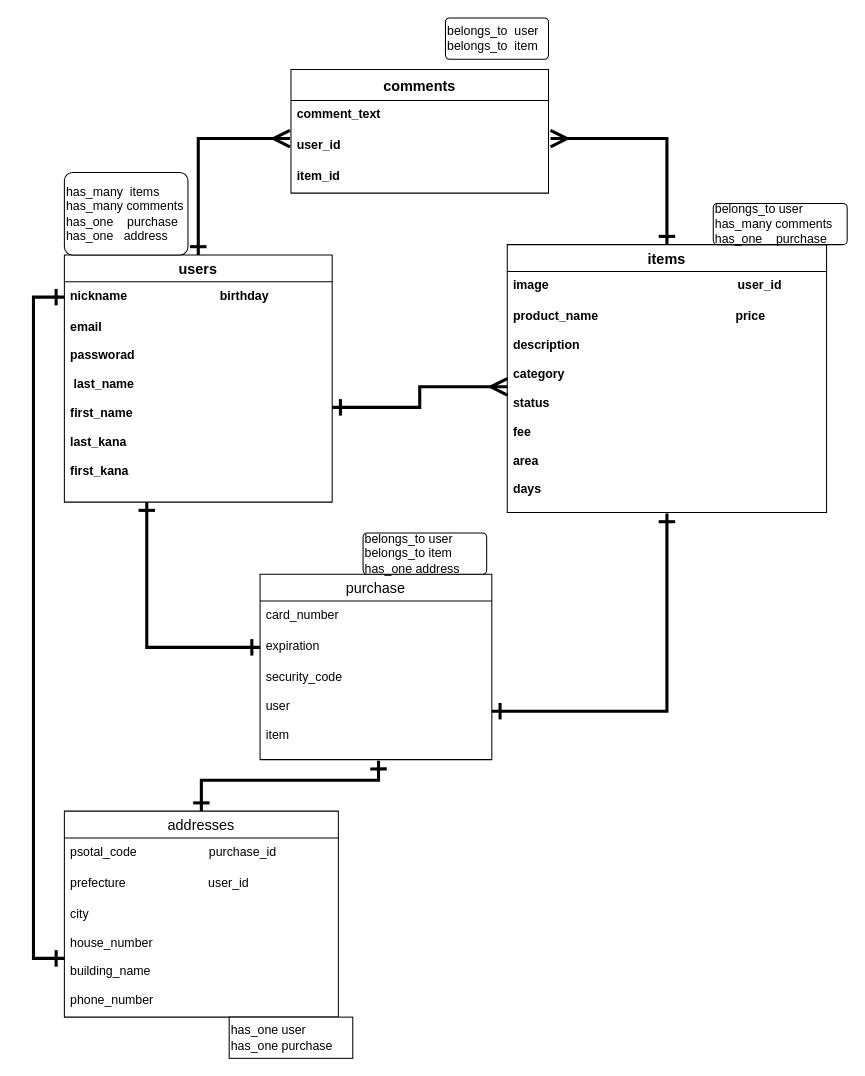
itiapotami/furima-35435 keeps this draw.io diagram as furima.dio. Above is the earlier version. Source tidied: cells renumbered, new cells numbered last; positions are measured from the earlier drawing's top-left corner, leaving out a move shared by most shapes. Both pictures are drawn from the tidied source at 103%, with x=0, y=0 at pixel (64, 18).
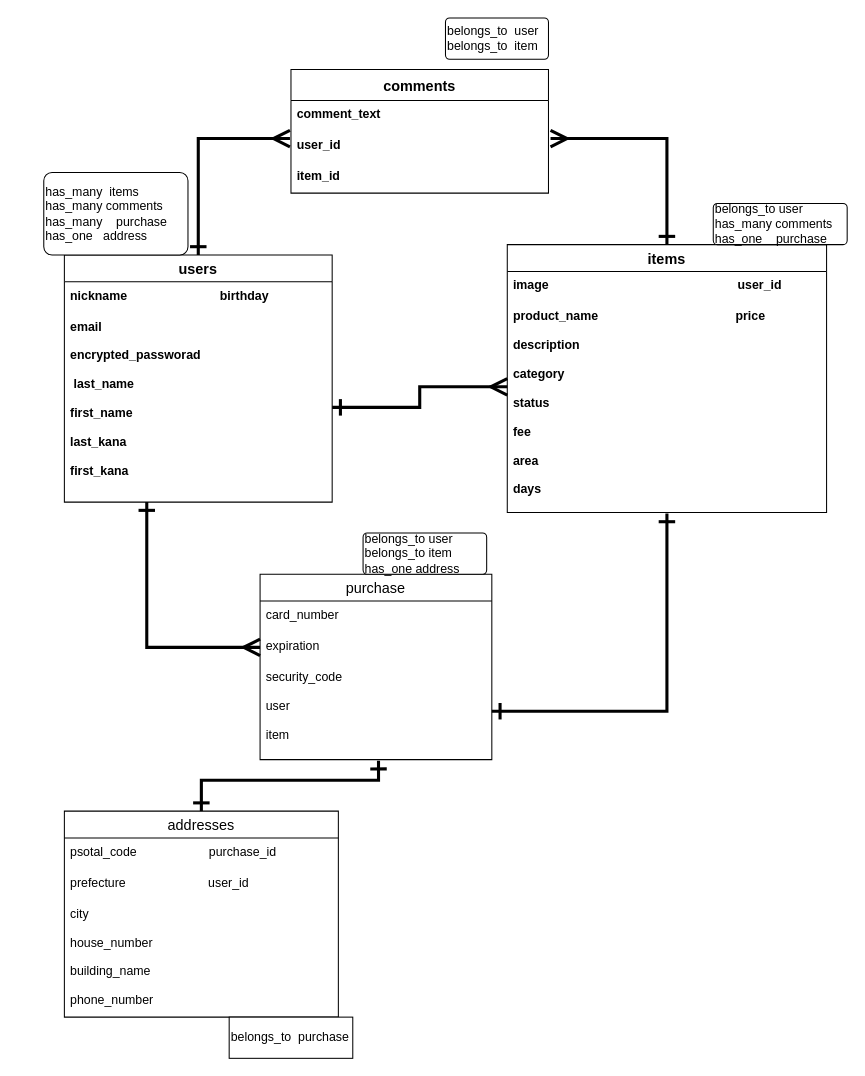
The same diagram, later.

Commit message (it also covers changes not shown here):
データベース設計　修正1

The change refers to these unchanged cells:
```xml
<mxCell id="3" value="users" style="swimlane;fontStyle=1;horizontal=1;startSize=26;align=center;fontSize=14;" parent="1" vertex="1">
  <mxGeometry y="230" width="260" height="240" as="geometry" />
</mxCell>
<mxCell id="4" value="nickname                           birthday" style="text;strokeColor=none;fillColor=none;spacingLeft=4;spacingRight=4;overflow=hidden;points=[[0,0.5],[1,0.5]];portConstraint=eastwest;fontSize=12;fontStyle=1;" parent="3" vertex="1">
  <mxGeometry y="26" width="260" height="30" as="geometry" />
</mxCell>
<mxCell id="16" value="expiration" style="text;strokeColor=none;fillColor=none;spacingLeft=4;spacingRight=4;overflow=hidden;points=[[0,0.5],[1,0.5]];portConstraint=eastwest;fontSize=12;" parent="14" vertex="1">
  <mxGeometry y="56" width="225" height="30" as="geometry" />
</mxCell>
<mxCell id="25" value="city&#10;&#10;house_number&#10;&#10;building_name&#10;&#10;phone_number" style="text;strokeColor=none;fillColor=none;spacingLeft=4;spacingRight=4;overflow=hidden;points=[[0,0.5],[1,0.5]];portConstraint=eastwest;fontSize=12;" parent="22" vertex="1">
  <mxGeometry y="86" width="266" height="114" as="geometry" />
</mxCell>
```

What changed in the source:
```diff
@@
-    <mxCell id="5" value="email&#10;&#10;passworad&#10;&#10; last_name&#10;&#10;first_name&#10;&#10;last_kana&#10;&#10;first_kana&#10;&#10;" style="text;strokeColor=none;fillColor=none;spacingLeft=4;spacingRight=4;overflow=hidden;points=[[0,0.5],[1,0.5]];portConstraint=eastwest;fontSize=12;fontStyle=1;" parent="3" vertex="1">
+    <mxCell id="5" value="email&#10;&#10;encrypted_passworad&#10;&#10; last_name&#10;&#10;first_name&#10;&#10;last_kana&#10;&#10;first_kana&#10;&#10;" style="text;strokeColor=none;fillColor=none;spacingLeft=4;spacingRight=4;overflow=hidden;points=[[0,0.5],[1,0.5]];portConstraint=eastwest;fontSize=12;fontStyle=1;" parent="3" vertex="1">
       <mxGeometry y="56" width="260" height="184" as="geometry" />
     </mxCell>
@@
-    <mxCell id="20" style="edgeStyle=orthogonalEdgeStyle;rounded=0;jettySize=auto;html=1;exitX=0;exitY=0.5;exitDx=0;exitDy=0;startArrow=ERone;startFill=0;startSize=12;endArrow=ERone;endFill=0;endSize=12;strokeWidth=3;" parent="1" edge="1" source="16" target="5">
+    <mxCell id="20" style="edgeStyle=orthogonalEdgeStyle;rounded=0;jettySize=auto;html=1;exitX=0;exitY=0.5;exitDx=0;exitDy=0;startArrow=ERmany;startFill=0;startSize=12;endArrow=ERone;endFill=0;endSize=12;strokeWidth=3;" parent="1" edge="1" source="16" target="5">
       <mxGeometry relative="1" as="geometry">
         <Array as="points">
           <mxPoint x="80" y="611" />
         </Array>
       </mxGeometry>
     </mxCell>
@@
-    <mxCell id="26" style="edgeStyle=orthogonalEdgeStyle;rounded=0;jettySize=auto;html=1;startArrow=ERone;startFill=0;startSize=12;endArrow=ERone;endFill=0;endSize=12;strokeWidth=3;entryX=0;entryY=0.5;entryDx=0;entryDy=0;" parent="1" edge="1" source="25" target="4">
-      <mxGeometry relative="1" as="geometry" />
-    </mxCell>
-    <mxCell id="27" value="has_many&amp;nbsp; items&lt;br&gt;has_many comments&lt;br&gt;has_one&amp;nbsp; &amp;nbsp; purchase&lt;br&gt;has_one&amp;nbsp; &amp;nbsp;address" style="rounded=1;arcSize=10;whiteSpace=wrap;html=1;align=left;" parent="1" vertex="1">
-      <mxGeometry y="150" width="120" height="80" as="geometry" />
+    <mxCell id="27" value="has_many&amp;nbsp; items&lt;br&gt;has_many comments&lt;br&gt;has_many&amp;nbsp; &amp;nbsp; purchase&lt;br&gt;has_one&amp;nbsp; &amp;nbsp;address" style="rounded=1;arcSize=10;whiteSpace=wrap;html=1;align=left;" parent="1" vertex="1">
+      <mxGeometry x="-20" y="150" width="140" height="80" as="geometry" />
     </mxCell>
@@
-    <mxCell id="31" value="has_one user&lt;br&gt;has_one purchase" style="whiteSpace=wrap;html=1;align=left;" parent="1" vertex="1">
+    <mxCell id="31" value="belongs_to&amp;nbsp; purchase" style="whiteSpace=wrap;html=1;align=left;" parent="1" vertex="1">
       <mxGeometry x="160" y="970" width="120" height="40" as="geometry" />
     </mxCell>
```
